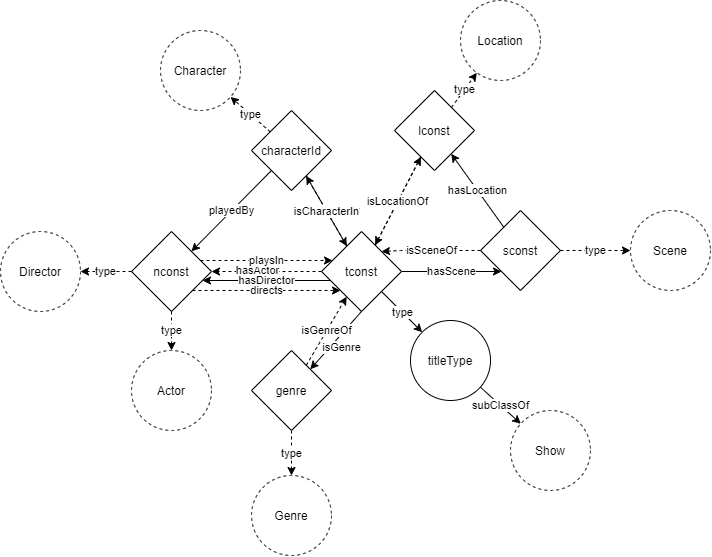
Earlier version of the draw.io export ontology/images/inferences/overview.png (AlexHoorn/MovieLocationsOntology). Source tidied: cells renumbered, new cells last; positions are measured from the earlier drawing's top-left corner, leaving out a move shared by most shapes.
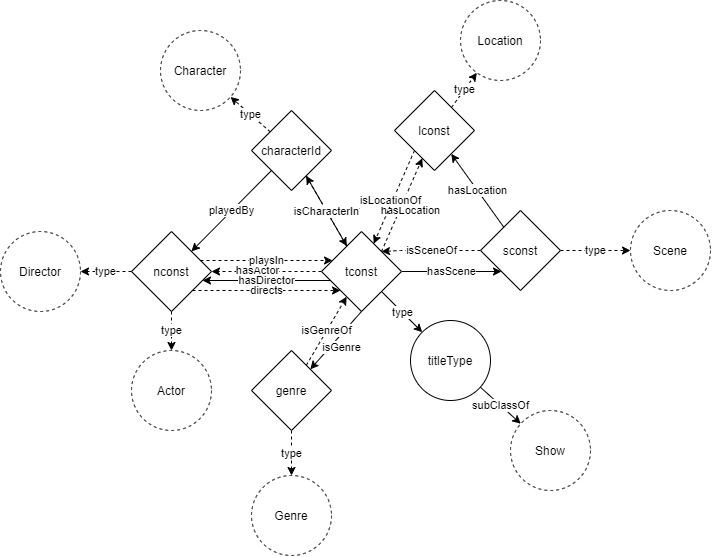
The same diagram one commit later.

The edit, as a diff of the source:
```diff
@@ -8,8 +8,8 @@
     <mxCell id="3" value="hasActor" style="jettySize=auto;html=1;dashed=1;strokeWidth=1;rounded=0;orthogonal=1;" parent="1" edge="1" source="5" target="16">
       <mxGeometry x="0.17" y="-1" relative="1" as="geometry" />
     </mxCell>
-    <mxCell id="4" value="hasLocation" style="jettySize=auto;html=1;dashed=1;strokeWidth=1;rounded=0;orthogonal=1;" parent="1" edge="1" source="5" target="30">
-      <mxGeometry relative="1" as="geometry" />
+    <mxCell id="4" value="hasLocation" style="jettySize=auto;html=1;dashed=1;strokeWidth=1;rounded=0;orthogonal=1;exitX=1;exitY=0;exitDx=0;exitDy=0;" parent="1" edge="1" source="5" target="30">
+      <mxGeometry x="-0.03" y="-10" relative="1" as="geometry" />
     </mxCell>
     <mxCell id="5" value="tconst" style="rhombus;whiteSpace=wrap;html=1;" parent="1" vertex="1">
       <mxGeometry x="321" y="231" width="80" height="80" as="geometry" />
@@ -99,8 +99,8 @@
     <mxCell id="28" value="type" style="jettySize=auto;html=1;dashed=1;strokeWidth=1;rounded=0;orthogonal=1;" parent="1" edge="1" source="30" target="36">
       <mxGeometry relative="1" as="geometry" />
     </mxCell>
-    <mxCell id="29" value="isLocationOf" style="jettySize=auto;html=1;dashed=1;rounded=0;orthogonal=1;" parent="1" edge="1" source="30" target="5">
-      <mxGeometry relative="1" as="geometry" />
+    <mxCell id="29" value="isLocationOf" style="jettySize=auto;html=1;dashed=1;rounded=0;orthogonal=1;exitX=0;exitY=1;exitDx=0;exitDy=0;" parent="1" edge="1" source="30" target="5">
+      <mxGeometry x="0.09" y="-2" relative="1" as="geometry" />
     </mxCell>
     <mxCell id="30" value="lconst" style="rhombus;whiteSpace=wrap;html=1;" parent="1" vertex="1">
       <mxGeometry x="394" y="90" width="80" height="80" as="geometry" />
```
